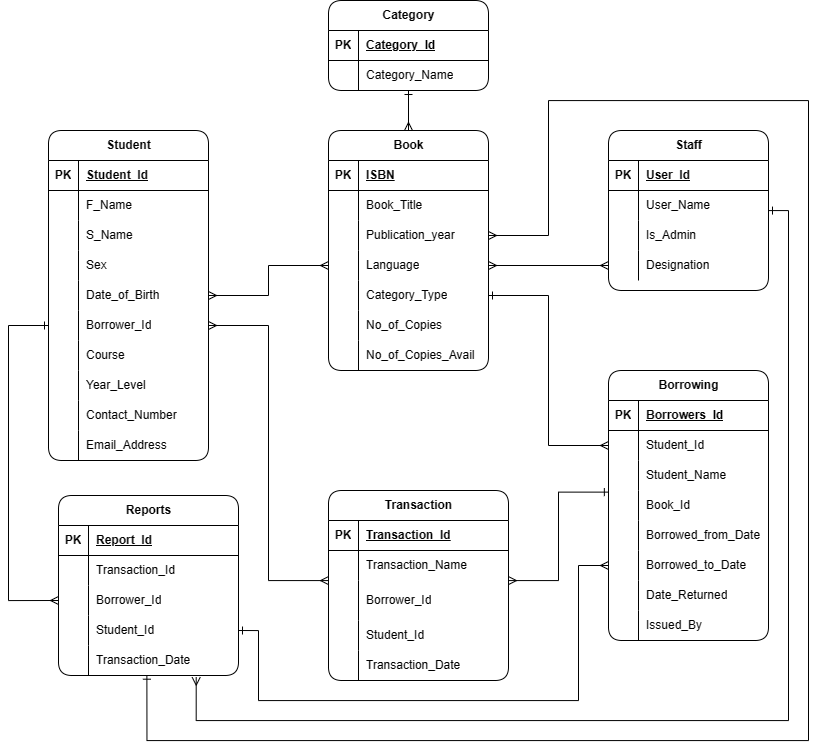
This is ERP.png from Jayrou12345/Flowchart, a draw.io export, as it was before one commit. Source tidied: cells renumbered, new cells last; positions are measured from the earlier drawing's top-left corner, leaving out a move shared by most shapes.
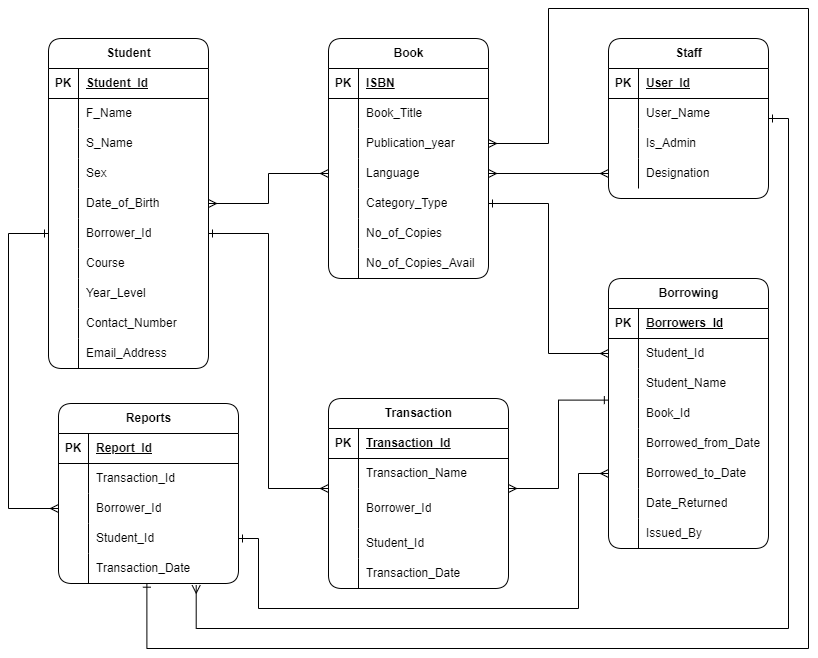
After the commit.

Change to the diagram source:
```diff
@@ -68,30 +68,6 @@
     <mxCell id="23" value="No_of_Copies_Avail" style="shape=partialRectangle;fillColor=none;top=0;left=0;bottom=0;right=0;align=left;spacingLeft=6;overflow=hidden;whiteSpace=wrap;html=1;rounded=1;labelBackgroundColor=none;" parent="21" vertex="1">
       <mxGeometry x="30" width="130" height="30" as="geometry" />
     </mxCell>
-    <mxCell id="24" style="edgeStyle=orthogonalEdgeStyle;rounded=0;jettySize=auto;html=1;entryX=0.5;entryY=0;entryDx=0;entryDy=0;startArrow=ERone;startFill=0;endArrow=ERmany;endFill=0;" parent="1" edge="1" source="25" target="2">
-      <mxGeometry relative="1" as="geometry" />
-    </mxCell>
-    <mxCell id="25" value="Category" style="shape=table;startSize=30;rowLines=0;fontStyle=1;align=center;html=1;rounded=1;labelBackgroundColor=none;" parent="1" vertex="1">
-      <mxGeometry x="320" width="160" height="90" as="geometry" />
-    </mxCell>
-    <mxCell id="26" style="shape=tableRow;horizontal=0;startSize=0;swimlaneHead=0;swimlaneBody=0;fillColor=none;top=0;left=0;right=0;bottom=1;rounded=1;labelBackgroundColor=none;" parent="25" vertex="1">
-      <mxGeometry y="30" width="160" height="30" as="geometry" />
-    </mxCell>
-    <mxCell id="27" value="PK" style="shape=partialRectangle;fillColor=none;top=0;left=0;bottom=0;right=0;fontStyle=1;overflow=hidden;whiteSpace=wrap;html=1;rounded=1;labelBackgroundColor=none;" parent="26" vertex="1">
-      <mxGeometry width="30" height="30" as="geometry" />
-    </mxCell>
-    <mxCell id="28" value="Category_Id" style="shape=partialRectangle;fillColor=none;top=0;left=0;bottom=0;right=0;align=left;spacingLeft=6;fontStyle=5;overflow=hidden;whiteSpace=wrap;html=1;rounded=1;labelBackgroundColor=none;" parent="26" vertex="1">
-      <mxGeometry x="30" width="130" height="30" as="geometry" />
-    </mxCell>
-    <mxCell id="29" style="shape=tableRow;horizontal=0;startSize=0;swimlaneHead=0;swimlaneBody=0;fillColor=none;top=0;left=0;right=0;bottom=0;rounded=1;labelBackgroundColor=none;" parent="25" vertex="1">
-      <mxGeometry y="60" width="160" height="30" as="geometry" />
-    </mxCell>
-    <mxCell id="30" style="shape=partialRectangle;fillColor=none;top=0;left=0;bottom=0;right=0;overflow=hidden;whiteSpace=wrap;html=1;rounded=1;labelBackgroundColor=none;" parent="29" vertex="1">
-      <mxGeometry width="30" height="30" as="geometry" />
-    </mxCell>
-    <mxCell id="31" value="Category_Name" style="shape=partialRectangle;fillColor=none;top=0;left=0;bottom=0;right=0;align=left;spacingLeft=6;overflow=hidden;whiteSpace=wrap;html=1;rounded=1;labelBackgroundColor=none;" parent="29" vertex="1">
-      <mxGeometry x="30" width="130" height="30" as="geometry" />
-    </mxCell>
     <mxCell id="32" value="Borrowing" style="shape=table;startSize=30;rowLines=0;fontStyle=1;align=center;html=1;rounded=1;labelBackgroundColor=none;" parent="1" vertex="1">
       <mxGeometry x="600" y="370" width="160" height="270" as="geometry" />
     </mxCell>
@@ -407,7 +383,7 @@
     <mxCell id="134" value="Transaction_Date" style="shape=partialRectangle;fillColor=none;top=0;left=0;bottom=0;right=0;align=left;spacingLeft=6;overflow=hidden;whiteSpace=wrap;html=1;" parent="132" vertex="1">
       <mxGeometry x="30" width="150" height="30" as="geometry" />
     </mxCell>
-    <mxCell id="135" style="edgeStyle=orthogonalEdgeStyle;rounded=0;jettySize=auto;html=1;exitX=1;exitY=0.5;exitDx=0;exitDy=0;startArrow=ERmany;startFill=0;endArrow=ERmany;endFill=0;" parent="1" edge="1" source="87">
+    <mxCell id="135" style="edgeStyle=orthogonalEdgeStyle;rounded=0;jettySize=auto;html=1;exitX=1;exitY=0.5;exitDx=0;exitDy=0;startArrow=ERone;startFill=0;endArrow=ERmany;endFill=0;" parent="1" edge="1" source="87">
       <mxGeometry relative="1" as="geometry">
         <mxPoint x="320" y="580" as="targetPoint" />
         <Array as="points">
```
